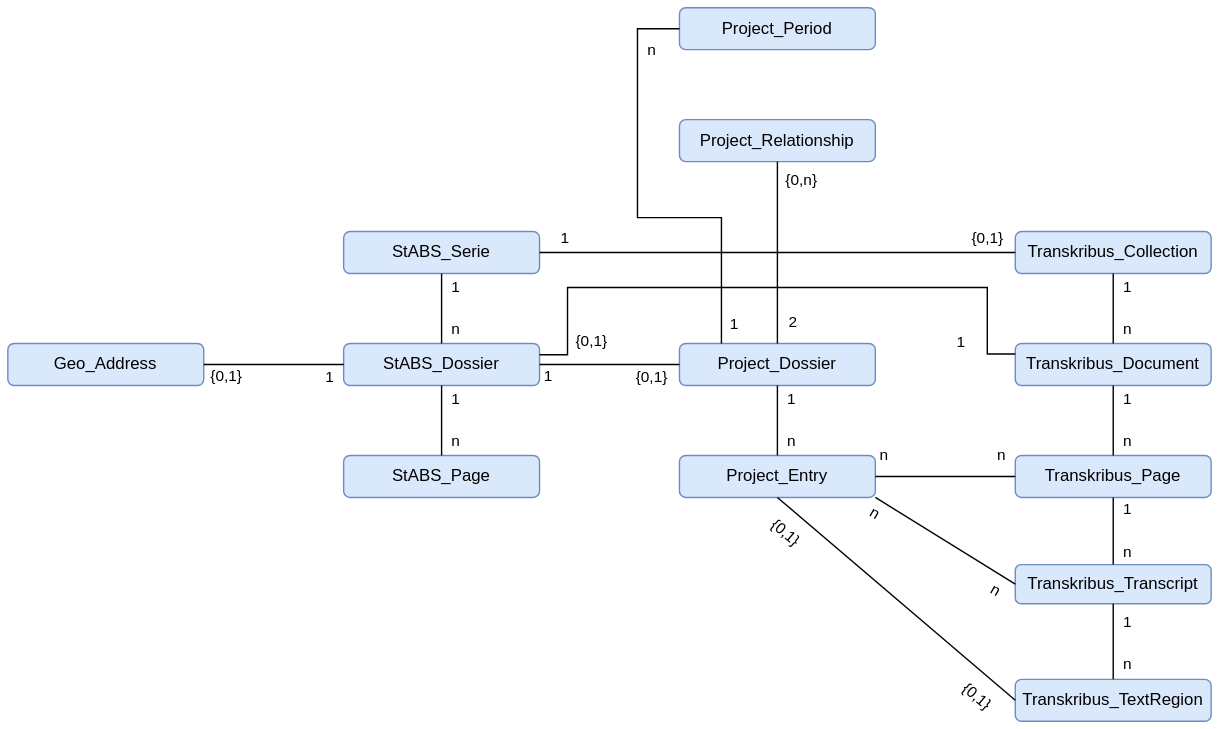
This is entityRelations.drawio.svg from history-unibas/economies-of-space-database, a draw.io export, as it was before one commit. Source tidied: cells renumbered, new cells last; positions are measured from the earlier drawing's top-left corner, leaving out a move shared by most shapes.
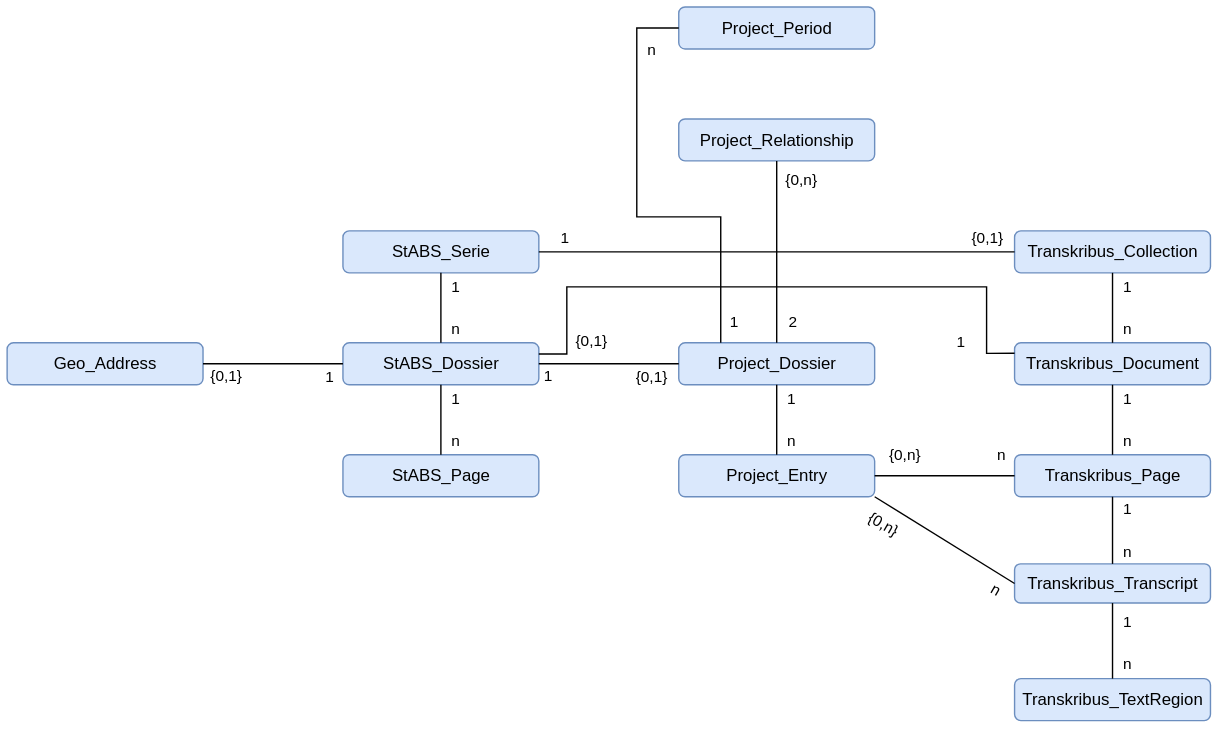
The same diagram one commit later.

Diff of the diagram source:
```diff
@@ -115,9 +115,9 @@
     <mxCell id="28" style="endArrow=none;html=1;rounded=0;entryX=0;entryY=0.5;entryDx=0;entryDy=0;exitX=1;exitY=0.5;exitDx=0;exitDy=0;" parent="1" edge="1" source="27" target="6">
       <mxGeometry relative="1" as="geometry" />
     </mxCell>
-    <mxCell id="29" value="n" style="edgeLabel;html=1;align=center;verticalAlign=middle;" parent="28" vertex="1">
+    <mxCell id="29" value="{0,n}" style="edgeLabel;html=1;align=center;verticalAlign=middle;" parent="28" vertex="1">
       <mxGeometry x="0.23" y="2" relative="1" as="geometry">
-        <mxPoint x="-56" y="-13" as="offset" />
+        <mxPoint x="-41" y="-13" as="offset" />
       </mxGeometry>
     </mxCell>
     <mxCell id="30" value="n" style="edgeLabel;html=1;align=center;verticalAlign=middle;" parent="28" vertex="1">
@@ -125,19 +125,6 @@
         <mxPoint x="40" y="-15" as="offset" />
       </mxGeometry>
     </mxCell>
-    <mxCell id="31" style="endArrow=none;html=1;rounded=0;entryX=0;entryY=0.5;entryDx=0;entryDy=0;exitX=0.5;exitY=1;exitDx=0;exitDy=0;" parent="1" edge="1" source="27" target="8">
-      <mxGeometry relative="1" as="geometry" />
-    </mxCell>
-    <mxCell id="32" value="{0,1}" style="edgeLabel;html=1;align=center;verticalAlign=middle;rotation=40;" parent="31" vertex="1">
-      <mxGeometry x="0.23" y="2" relative="1" as="geometry">
-        <mxPoint x="-100" y="-63" as="offset" />
-      </mxGeometry>
-    </mxCell>
-    <mxCell id="33" value="{0,1}" style="edgeLabel;html=1;align=center;verticalAlign=middle;rotation=40;" parent="31" vertex="1">
-      <mxGeometry relative="1" as="geometry">
-        <mxPoint x="58" y="69" as="offset" />
-      </mxGeometry>
-    </mxCell>
     <mxCell id="34" value="Geo_Address" style="rounded=1;whiteSpace=wrap;html=1;fillColor=#dae8fc;strokeColor=#6c8ebf;" parent="1" vertex="1">
       <mxGeometry y="240" width="140" height="30" as="geometry" />
     </mxCell>
@@ -220,9 +207,9 @@
     <mxCell id="52" style="endArrow=none;html=1;rounded=0;entryX=0;entryY=0.5;entryDx=0;entryDy=0;exitX=1;exitY=1;exitDx=0;exitDy=0;" parent="1" edge="1" source="27" target="7">
       <mxGeometry relative="1" as="geometry" />
     </mxCell>
-    <mxCell id="53" value="n" style="edgeLabel;html=1;align=center;verticalAlign=middle;rotation=30;" parent="52" vertex="1">
+    <mxCell id="53" value="{0,n}" style="edgeLabel;html=1;align=center;verticalAlign=middle;rotation=30;" parent="52" vertex="1">
       <mxGeometry x="0.23" y="2" relative="1" as="geometry">
-        <mxPoint x="-63" y="-26" as="offset" />
+        <mxPoint x="-57" y="-18" as="offset" />
       </mxGeometry>
     </mxCell>
     <mxCell id="54" value="n" style="edgeLabel;html=1;align=center;verticalAlign=middle;rotation=30;" parent="52" vertex="1">
```
